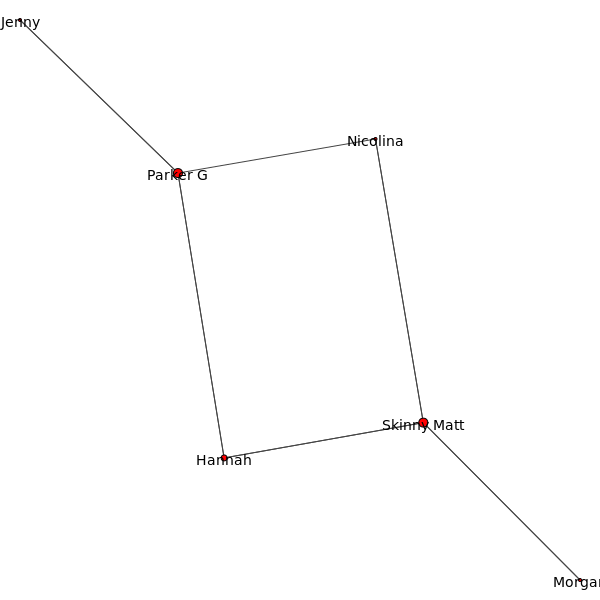
The Graphviz diagram the_web.png in rpg2014/force-web, before a commit. Its source is kept beside it as the_web.dot. The source it was exported from:
```dot
/* Created by igraph 0.7.1 */
graph {
  0 [
    label="Parker G"
    name="Parker G"
    size=9
  ];
  1 [
    label="Skinny Matt"
    name="Skinny Matt"
    size=9
  ];
  2 [
    label=Jenny
    name=Jenny
    size=3
  ];
  3 [
    label=Hannah
    name=Hannah
    size=6
  ];
  4 [
    label=Morgan
    name=Morgan
    size=3
  ];
  5 [
    label=Nicolina
    name=Nicolina
    size=3
  ];

  2 -- 0;
  3 -- 0;
  5 -- 0;
  3 -- 1;
  4 -- 1;
  5 -- 1;
  2 -- 0;
  3 -- 0;
  3 -- 1;
  4 -- 1;
  5 -- 1;
}
```
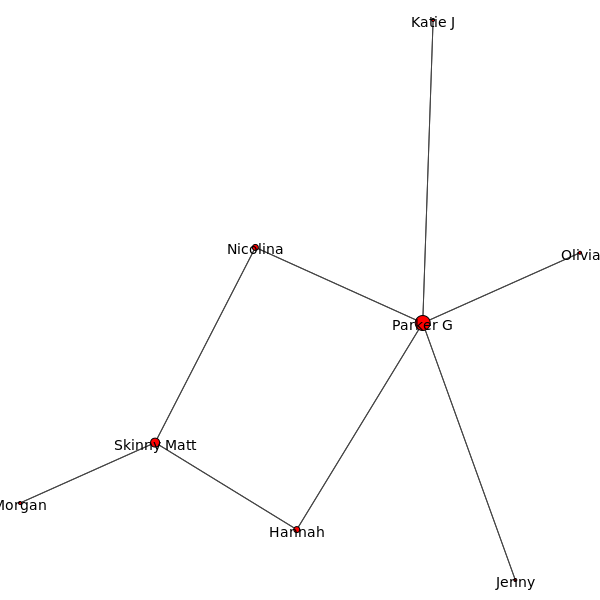
Above is the later version.

Diff of the diagram source:
```diff
@@ -3,7 +3,7 @@
   0 [
     label="Parker G"
     name="Parker G"
-    size=9
+    size=15
   ];
   1 [
     label="Skinny Matt"
@@ -28,12 +28,24 @@
   5 [
     label=Nicolina
     name=Nicolina
+    size=6
+  ];
+  6 [
+    label=Olivia
+    name=Olivia
+    size=3
+  ];
+  7 [
+    label="Katie J"
+    name="Katie J"
     size=3
   ];
 
   2 -- 0;
   3 -- 0;
   5 -- 0;
+  7 -- 0;
+  6 -- 0;
   3 -- 1;
   4 -- 1;
   5 -- 1;
@@ -42,4 +54,7 @@
   3 -- 1;
   4 -- 1;
   5 -- 1;
+  5 -- 0;
+  6 -- 0;
+  7 -- 0;
 }
```
